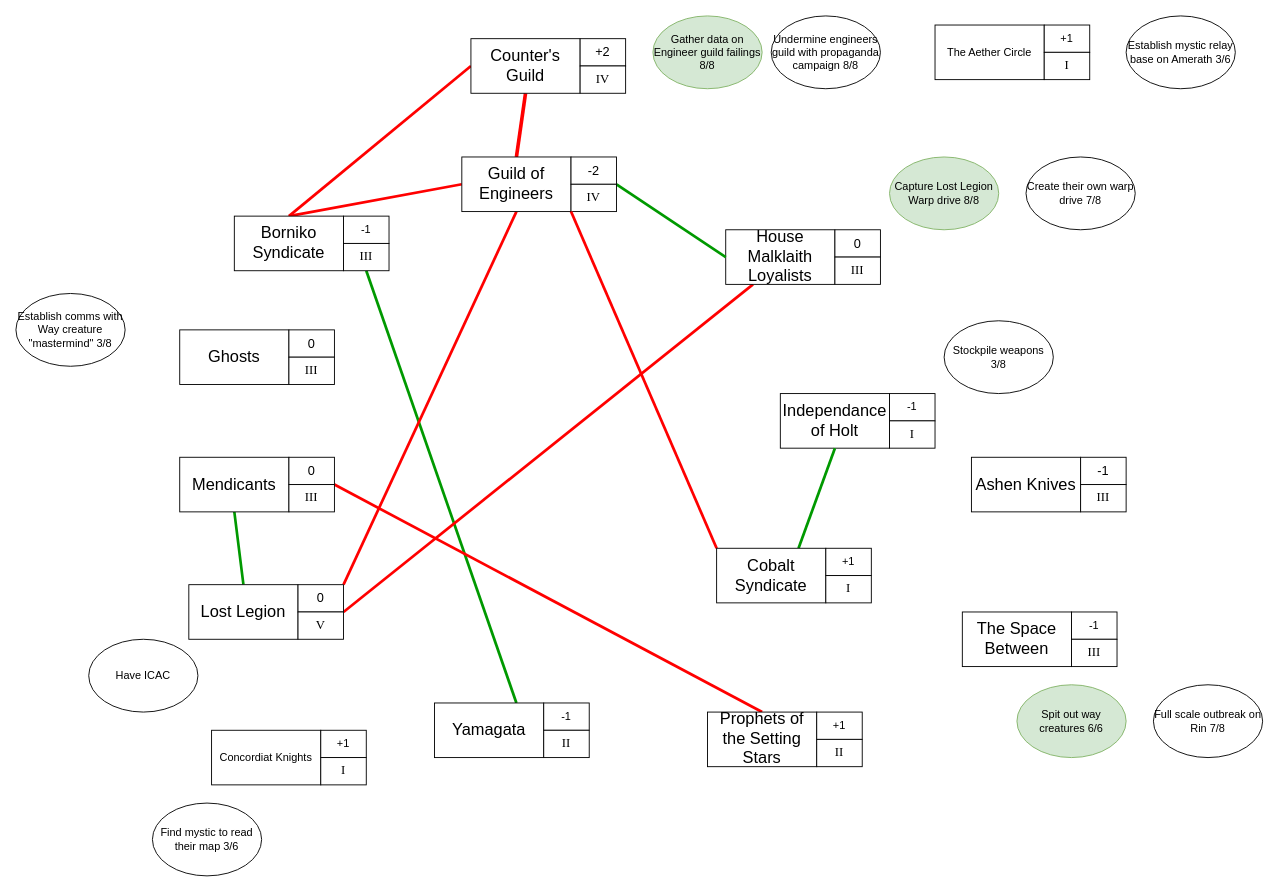
Above: SaV_Season2.drawio in decyne/rpg-prep (draw.io), before the change. Source tidied: cells renumbered, new cells numbered last; positions are measured from the earlier drawing's top-left corner, leaving out a move shared by most shapes. Both pictures are drawn from the tidied source at 91%, with x=0, y=0 at pixel (15, 15).
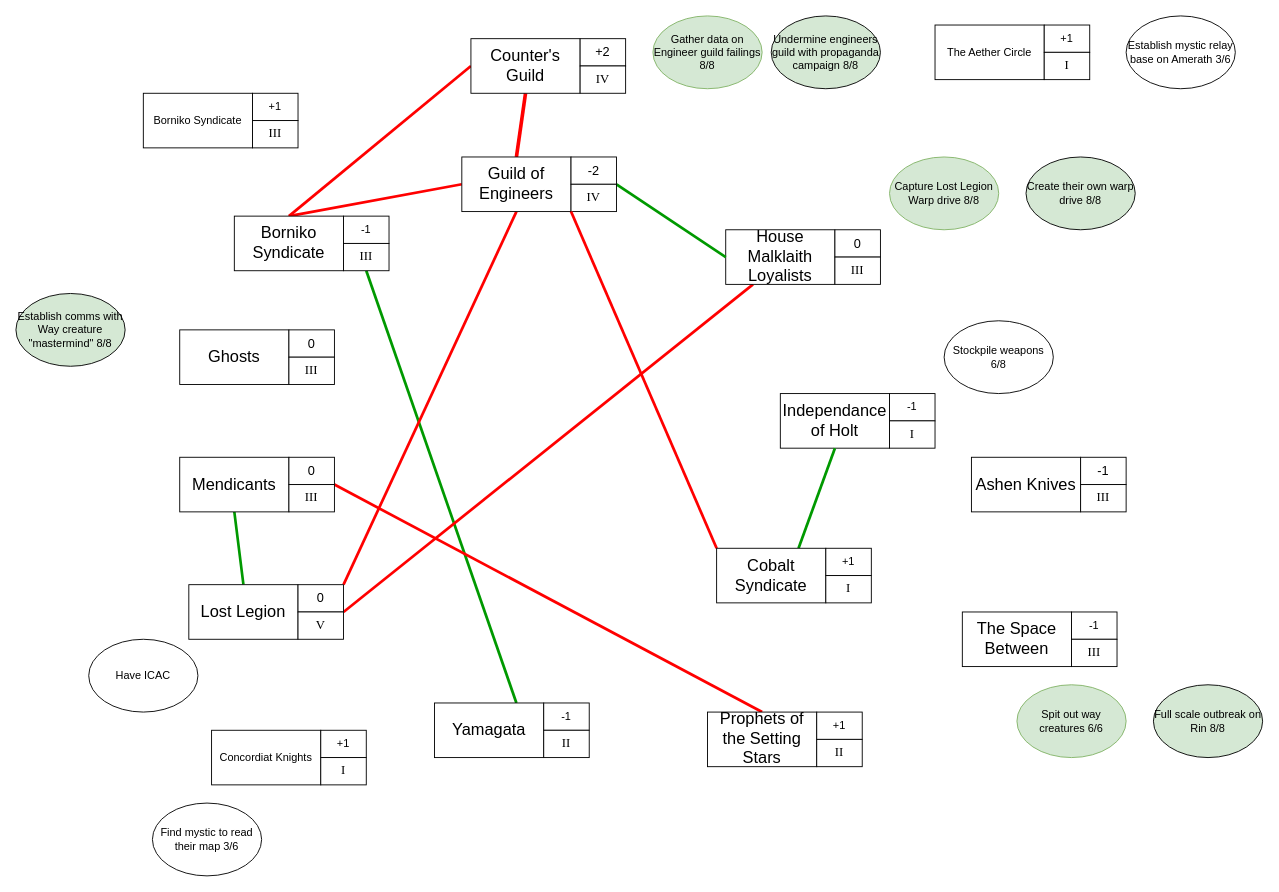
The same diagram, later.

Diff of the diagram source:
```diff
@@
-    <mxCell id="51" value="Stockpile weapons 3/8" style="ellipse;whiteSpace=wrap;html=1;" parent="1" vertex="1">
+    <mxCell id="51" value="Stockpile weapons 6/8" style="ellipse;whiteSpace=wrap;html=1;" parent="1" vertex="1">
       <mxGeometry x="1020" y="335" width="120" height="80" as="geometry" />
     </mxCell>
@@
-    <mxCell id="63" value="Full scale outbreak on Rin 7/8" style="ellipse;whiteSpace=wrap;html=1;" parent="1" vertex="1">
+    <mxCell id="63" value="Full scale outbreak on Rin 8/8" style="ellipse;whiteSpace=wrap;html=1;fillColor=#D5E8D4;" parent="1" vertex="1">
       <mxGeometry x="1250" y="735" width="120" height="80" as="geometry" />
     </mxCell>
@@
-    <mxCell id="65" value="Create their own warp drive 7/8" style="ellipse;whiteSpace=wrap;html=1;" parent="1" vertex="1">
+    <mxCell id="65" value="Create their own warp drive 8/8" style="ellipse;whiteSpace=wrap;html=1;fillColor=#D5E8D4;" parent="1" vertex="1">
       <mxGeometry x="1110" y="155" width="120" height="80" as="geometry" />
     </mxCell>
-    <mxCell id="66" value="Undermine engineers guild with propaganda campaign 8/8" style="ellipse;whiteSpace=wrap;html=1;" parent="1" vertex="1">
+    <mxCell id="66" value="Undermine engineers guild with propaganda campaign 8/8" style="ellipse;whiteSpace=wrap;html=1;fillColor=#D5E8D4;" parent="1" vertex="1">
       <mxGeometry x="830" width="120" height="80" as="geometry" />
     </mxCell>
-    <mxCell id="67" value="Establish comms with Way creature &quot;mastermind&quot; 3/8" style="ellipse;whiteSpace=wrap;html=1;" parent="1" vertex="1">
+    <mxCell id="67" value="Establish comms with Way creature &quot;mastermind&quot; 8/8" style="ellipse;whiteSpace=wrap;html=1;fillColor=#D5E8D4;" parent="1" vertex="1">
       <mxGeometry y="305" width="120" height="80" as="geometry" />
     </mxCell>
@@
+    <mxCell id="69" value="Borniko Syndicate" style="rounded=0;whiteSpace=wrap;html=1;" parent="1" vertex="1">
+      <mxGeometry x="140" y="85" width="120" height="60" as="geometry" />
+    </mxCell>
+    <mxCell id="70" value="+1" style="rounded=0;whiteSpace=wrap;html=1;" parent="1" vertex="1">
+      <mxGeometry x="260" y="85" width="50" height="30" as="geometry" />
+    </mxCell>
+    <mxCell id="71" value="&lt;font style=&quot;font-size: 14px&quot; face=&quot;Times New Roman&quot;&gt;III&lt;/font&gt;" style="rounded=0;whiteSpace=wrap;html=1;" parent="1" vertex="1">
+      <mxGeometry x="260" y="115" width="50" height="30" as="geometry" />
+    </mxCell>
```
